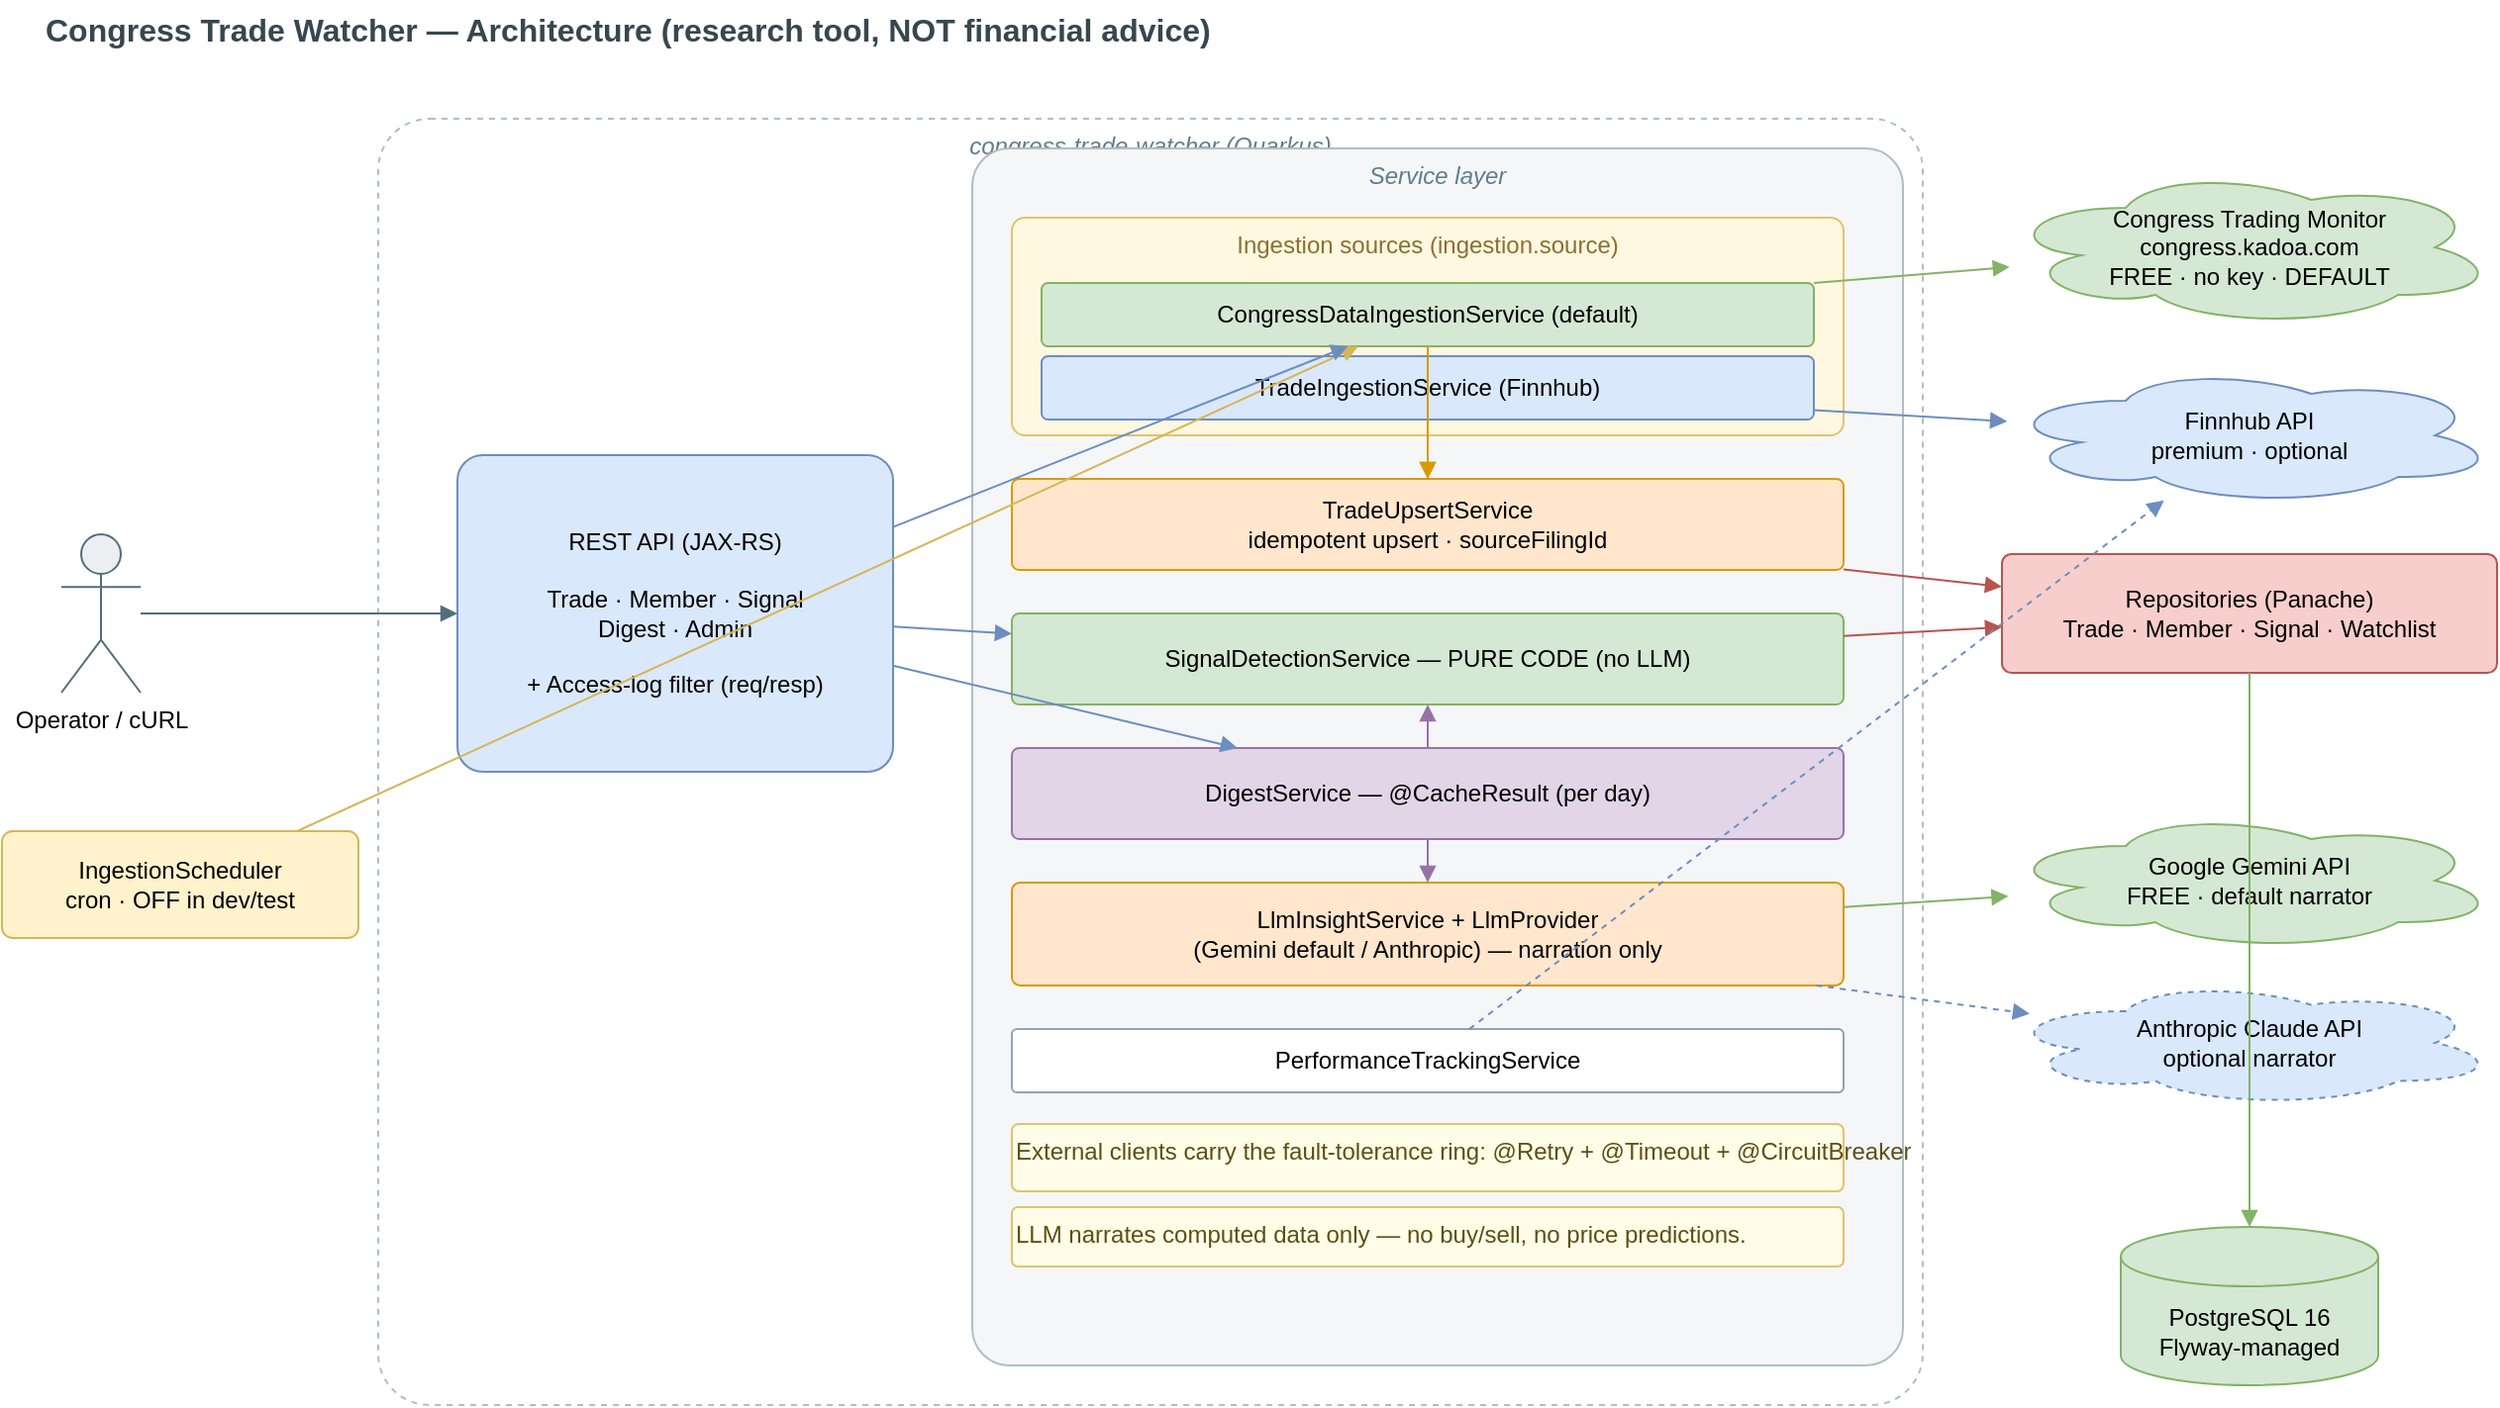
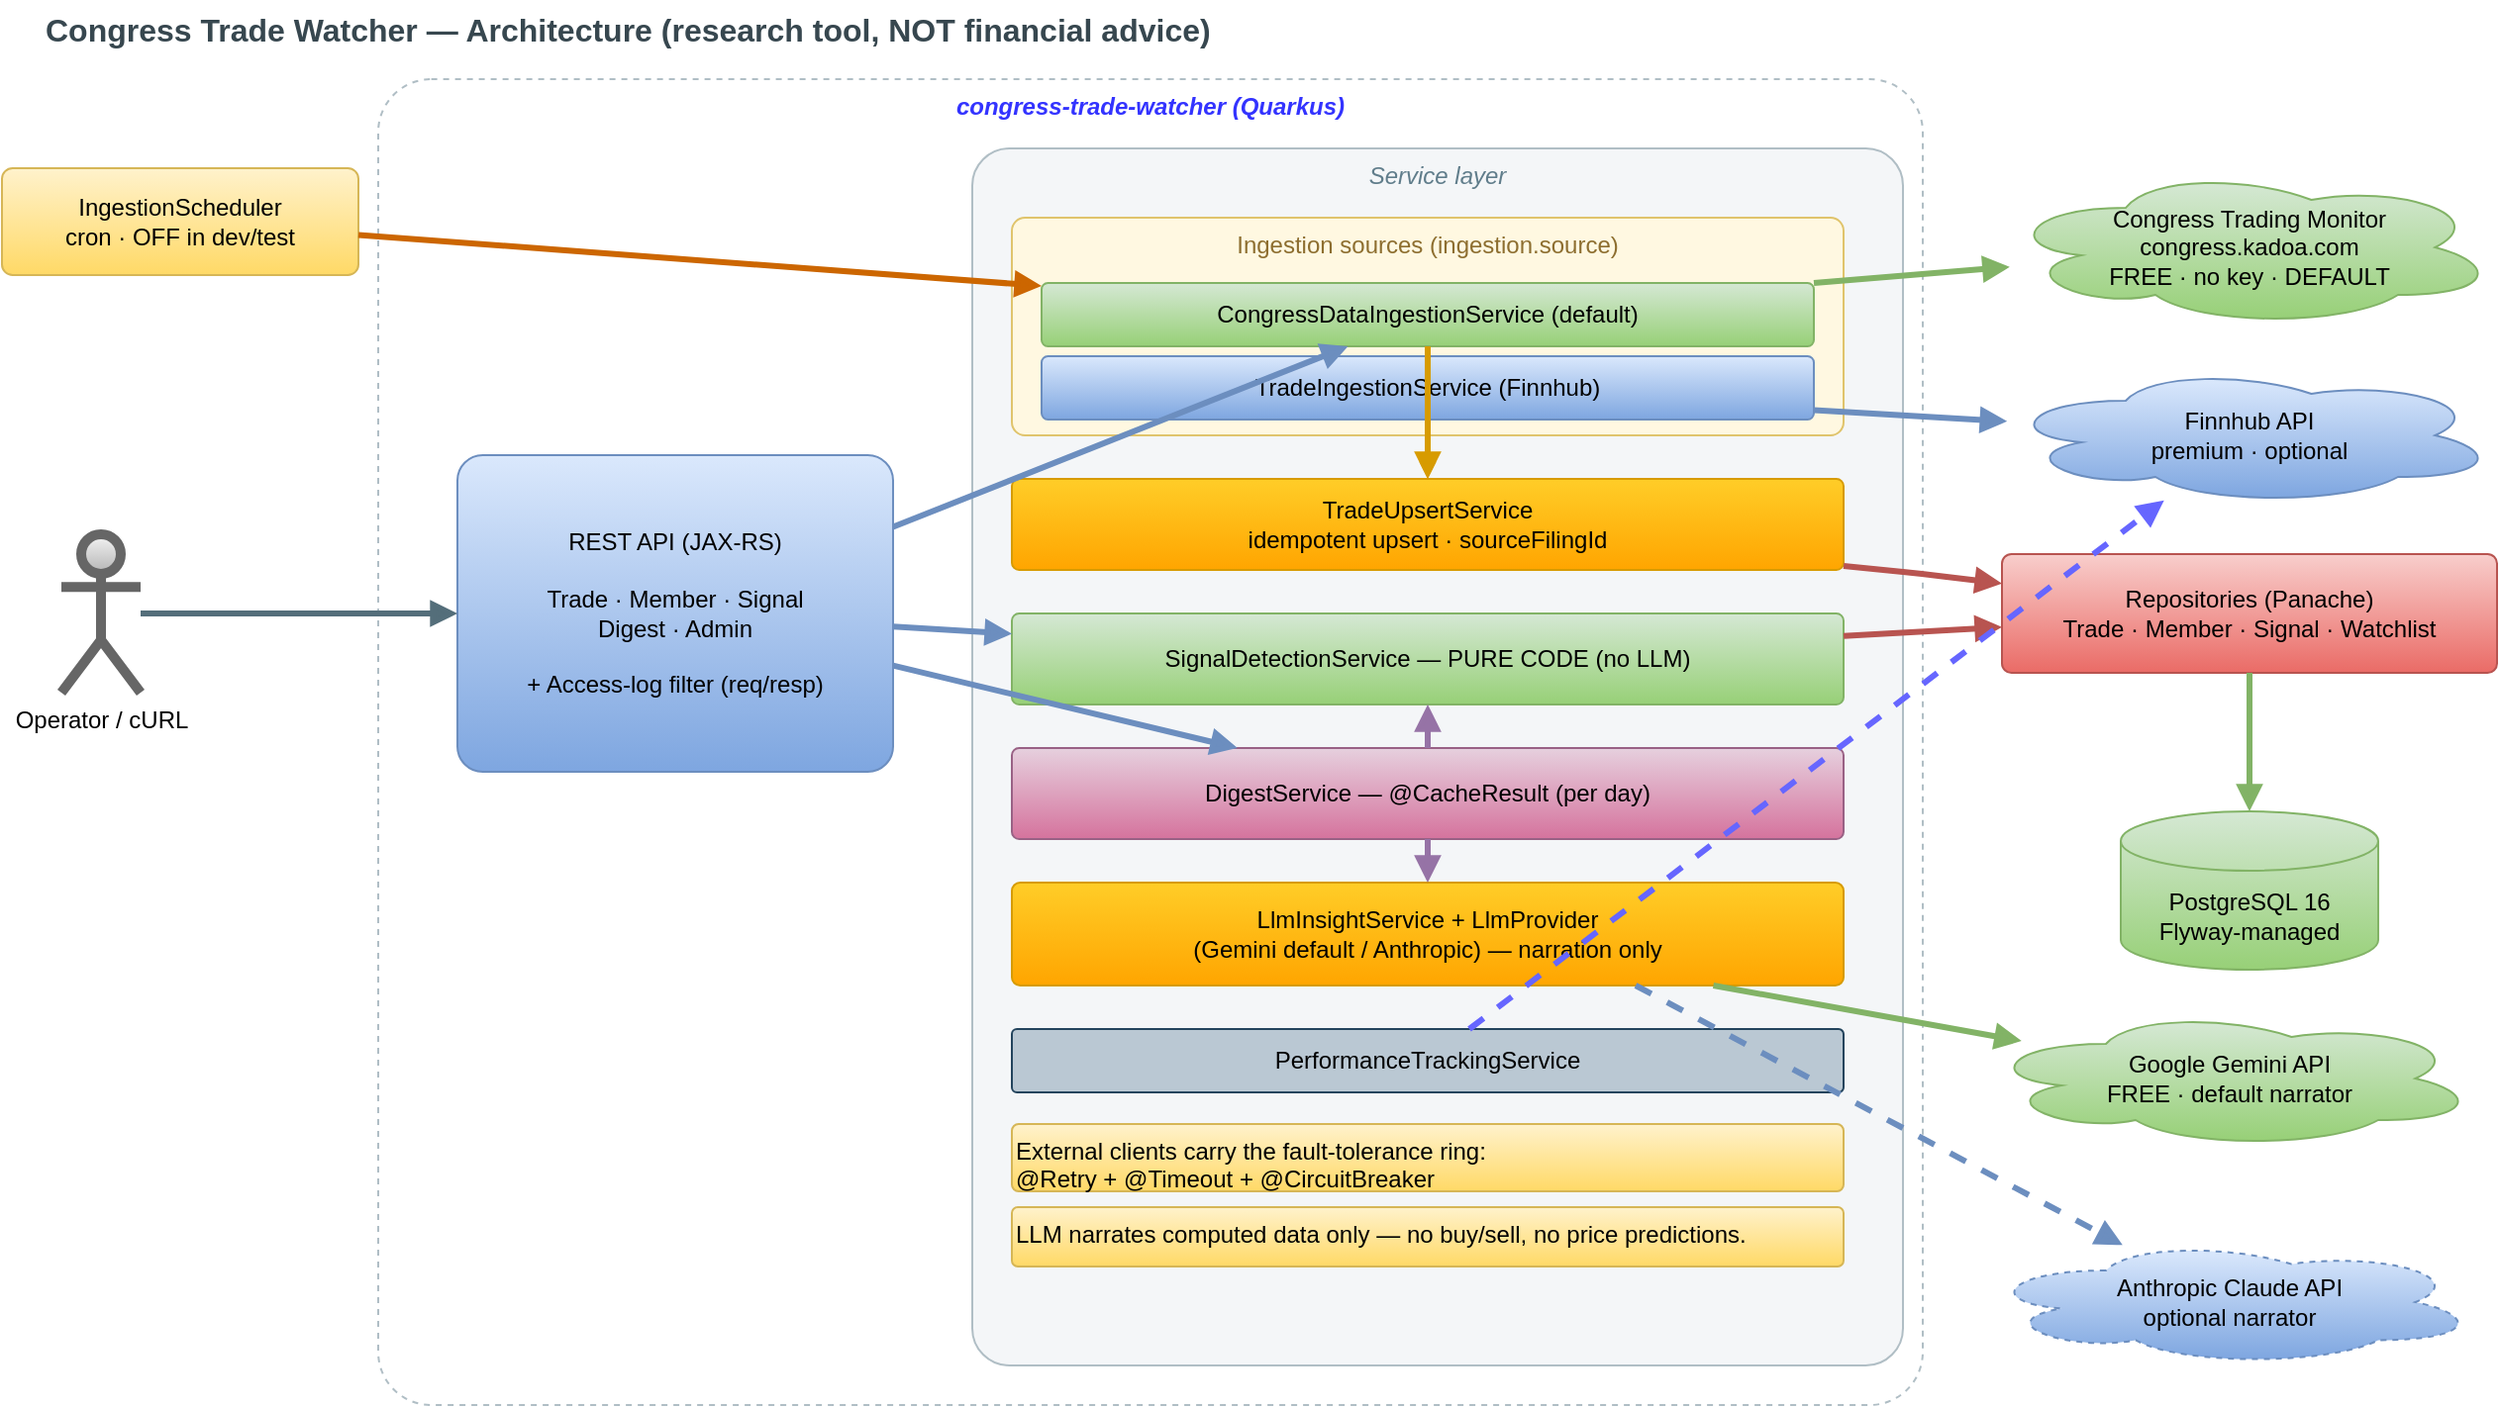
- <mxfile host="app.diagrams.net" type="device">
+ <mxfile host="Electron">
  <diagram id="cgtw-arch" name="Architecture">
-     <mxGraphModel dx="1400" dy="900" grid="1" gridSize="10" guides="1" tooltips="1" connect="1" arrows="1" fold="1" page="1" pageScale="1" pageWidth="1340" pageHeight="760" math="0" shadow="0">
+     <mxGraphModel dx="1379" dy="850" grid="1" gridSize="10" guides="1" tooltips="1" connect="1" arrows="1" fold="1" page="1" pageScale="1" pageWidth="1340" pageHeight="760" math="0" shadow="0">
      <root>
        <mxCell id="0" />
        <mxCell id="1" parent="0" />
- 
-         <mxCell id="title" value="Congress Trade Watcher — Architecture  (research tool, NOT financial advice)" style="text;html=1;fontSize=16;fontStyle=1;align=left;verticalAlign=middle;fontColor=#37474F;" vertex="1" parent="1">
-           <mxGeometry x="40" y="20" width="1000" height="30" as="geometry" />
+         <mxCell id="title" parent="1" style="text;html=1;fontSize=16;fontStyle=1;align=left;verticalAlign=middle;fontColor=#37474F;" value="Congress Trade Watcher — Architecture  (research tool, NOT financial advice)" vertex="1">
+           <mxGeometry height="30" width="1000" x="40" y="20" as="geometry" />
        </mxCell>
- 
-         <!-- ===== background containers (drawn first = behind) ===== -->
-         <mxCell id="appbox" value="congress-trade-watcher (Quarkus)" style="rounded=1;whiteSpace=wrap;html=1;verticalAlign=top;fillColor=none;strokeColor=#B0BEC5;dashed=1;fontColor=#607D8B;fontStyle=2;arcSize=4;" vertex="1" parent="1">
-           <mxGeometry x="210" y="80" width="780" height="650" as="geometry" />
+         <mxCell id="appbox" parent="1" style="rounded=1;whiteSpace=wrap;html=1;verticalAlign=top;fillColor=none;strokeColor=#B0BEC5;dashed=1;fontColor=#607D8B;fontStyle=2;arcSize=4;" value="&lt;b&gt;&lt;font style=&quot;color: rgb(51, 51, 255);&quot;&gt;congress-trade-watcher (Quarkus)&lt;/font&gt;&lt;/b&gt;" vertex="1">
+           <mxGeometry height="670" width="780" x="210" y="60" as="geometry" />
        </mxCell>
-         <mxCell id="svcbox" value="Service layer" style="rounded=1;whiteSpace=wrap;html=1;verticalAlign=top;fillColor=#F4F6F8;strokeColor=#B0BEC5;fontColor=#607D8B;fontStyle=2;arcSize=4;" vertex="1" parent="1">
-           <mxGeometry x="510" y="95" width="470" height="615" as="geometry" />
+         <mxCell id="svcbox" parent="1" style="rounded=1;whiteSpace=wrap;html=1;verticalAlign=top;fillColor=#F4F6F8;strokeColor=#B0BEC5;fontColor=#607D8B;fontStyle=2;arcSize=4;" value="Service layer" vertex="1">
+           <mxGeometry height="615" width="470" x="510" y="95" as="geometry" />
        </mxCell>
-         <mxCell id="ingbox" value="Ingestion sources  (ingestion.source)" style="rounded=1;whiteSpace=wrap;html=1;verticalAlign=top;fillColor=#FFF8E1;strokeColor=#E0C46C;fontColor=#8D6E2F;arcSize=6;" vertex="1" parent="1">
-           <mxGeometry x="530" y="130" width="420" height="110" as="geometry" />
+         <mxCell id="ingbox" parent="1" style="rounded=1;whiteSpace=wrap;html=1;verticalAlign=top;fillColor=#FFF8E1;strokeColor=#E0C46C;fontColor=#8D6E2F;arcSize=6;" value="Ingestion sources  (ingestion.source)" vertex="1">
+           <mxGeometry height="110" width="420" x="530" y="130" as="geometry" />
        </mxCell>
- 
-         <!-- ===== entry ===== -->
-         <mxCell id="user" value="Operator / cURL" style="shape=umlActor;html=1;verticalLabelPosition=bottom;verticalAlign=top;strokeColor=#546E7A;fillColor=#ECEFF1;" vertex="1" parent="1">
-           <mxGeometry x="50" y="290" width="40" height="80" as="geometry" />
+         <mxCell id="user" parent="1" style="shape=umlActor;html=1;verticalLabelPosition=bottom;verticalAlign=top;strokeColor=#666666;fillColor=#f5f5f5;gradientColor=#b3b3b3;strokeWidth=5;" value="Operator / cURL" vertex="1">
+           <mxGeometry height="80" width="40" x="50" y="290" as="geometry" />
        </mxCell>
-         <mxCell id="scheduler" value="IngestionScheduler&#10;cron · OFF in dev/test" style="rounded=1;whiteSpace=wrap;html=1;fillColor=#FFF2CC;strokeColor=#D6B656;arcSize=10;" vertex="1" parent="1">
-           <mxGeometry x="20" y="440" width="180" height="54" as="geometry" />
+         <mxCell id="scheduler" parent="1" style="rounded=1;whiteSpace=wrap;html=1;fillColor=#fff2cc;strokeColor=#d6b656;arcSize=10;gradientColor=#ffd966;" value="IngestionScheduler&#xa;cron · OFF in dev/test" vertex="1">
+           <mxGeometry height="54" width="180" x="20" y="105" as="geometry" />
        </mxCell>
- 
-         <!-- ===== API ===== -->
-         <mxCell id="api" value="REST API (JAX-RS)&#10;&#10;Trade · Member · Signal&#10;Digest · Admin&#10;&#10;+ Access-log filter (req/resp)" style="rounded=1;whiteSpace=wrap;html=1;fillColor=#DAE8FC;strokeColor=#6C8EBF;arcSize=8;" vertex="1" parent="1">
-           <mxGeometry x="250" y="250" width="220" height="160" as="geometry" />
+         <mxCell id="api" parent="1" style="rounded=1;whiteSpace=wrap;html=1;fillColor=#dae8fc;strokeColor=#6c8ebf;arcSize=8;gradientColor=#7ea6e0;" value="REST API (JAX-RS)&#xa;&#xa;Trade · Member · Signal&#xa;Digest · Admin&#xa;&#xa;+ Access-log filter (req/resp)" vertex="1">
+           <mxGeometry height="160" width="220" x="250" y="250" as="geometry" />
        </mxCell>
- 
-         <!-- ===== services ===== -->
-         <mxCell id="cong" value="CongressDataIngestionService  (default)" style="rounded=1;whiteSpace=wrap;html=1;fillColor=#D5E8D4;strokeColor=#82B366;arcSize=10;" vertex="1" parent="1">
-           <mxGeometry x="545" y="163" width="390" height="32" as="geometry" />
+         <mxCell id="cong" parent="1" style="rounded=1;whiteSpace=wrap;html=1;fillColor=#d5e8d4;strokeColor=#82b366;arcSize=10;gradientColor=#97d077;" value="CongressDataIngestionService  (default)" vertex="1">
+           <mxGeometry height="32" width="390" x="545" y="163" as="geometry" />
        </mxCell>
-         <mxCell id="finn" value="TradeIngestionService  (Finnhub)" style="rounded=1;whiteSpace=wrap;html=1;fillColor=#DAE8FC;strokeColor=#6C8EBF;arcSize=10;" vertex="1" parent="1">
-           <mxGeometry x="545" y="200" width="390" height="32" as="geometry" />
+         <mxCell id="finn" parent="1" style="rounded=1;whiteSpace=wrap;html=1;fillColor=#dae8fc;strokeColor=#6c8ebf;arcSize=10;gradientColor=#7ea6e0;" value="TradeIngestionService  (Finnhub)" vertex="1">
+           <mxGeometry height="32" width="390" x="545" y="200" as="geometry" />
        </mxCell>
-         <mxCell id="upsert" value="TradeUpsertService&#10;idempotent upsert · sourceFilingId" style="rounded=1;whiteSpace=wrap;html=1;fillColor=#FFE6CC;strokeColor=#D79B00;arcSize=8;" vertex="1" parent="1">
-           <mxGeometry x="530" y="262" width="420" height="46" as="geometry" />
+         <mxCell id="upsert" parent="1" style="rounded=1;whiteSpace=wrap;html=1;fillColor=#ffcd28;strokeColor=#d79b00;arcSize=8;gradientColor=#ffa500;" value="TradeUpsertService&#xa;idempotent upsert · sourceFilingId" vertex="1">
+           <mxGeometry height="46" width="420" x="530" y="262" as="geometry" />
        </mxCell>
-         <mxCell id="detect" value="SignalDetectionService — PURE CODE (no LLM)" style="rounded=1;whiteSpace=wrap;html=1;fillColor=#D5E8D4;strokeColor=#82B366;arcSize=8;" vertex="1" parent="1">
-           <mxGeometry x="530" y="330" width="420" height="46" as="geometry" />
+         <mxCell id="detect" parent="1" style="rounded=1;whiteSpace=wrap;html=1;fillColor=#d5e8d4;strokeColor=#82b366;arcSize=8;gradientColor=#97d077;" value="SignalDetectionService — PURE CODE (no LLM)" vertex="1">
+           <mxGeometry height="46" width="420" x="530" y="330" as="geometry" />
        </mxCell>
-         <mxCell id="digest" value="DigestService — @CacheResult (per day)" style="rounded=1;whiteSpace=wrap;html=1;fillColor=#E1D5E7;strokeColor=#9673A6;arcSize=8;" vertex="1" parent="1">
-           <mxGeometry x="530" y="398" width="420" height="46" as="geometry" />
+         <mxCell id="digest" parent="1" style="rounded=1;whiteSpace=wrap;html=1;fillColor=#e6d0de;strokeColor=#996185;arcSize=8;gradientColor=#d5739d;" value="DigestService — @CacheResult (per day)" vertex="1">
+           <mxGeometry height="46" width="420" x="530" y="398" as="geometry" />
        </mxCell>
-         <mxCell id="llm" value="LlmInsightService + LlmProvider&#10;(Gemini default / Anthropic) — narration only" style="rounded=1;whiteSpace=wrap;html=1;fillColor=#FFE6CC;strokeColor=#D79B00;arcSize=8;" vertex="1" parent="1">
-           <mxGeometry x="530" y="466" width="420" height="52" as="geometry" />
+         <mxCell id="llm" parent="1" style="rounded=1;whiteSpace=wrap;html=1;fillColor=#ffcd28;strokeColor=#d79b00;arcSize=8;gradientColor=#ffa500;" value="LlmInsightService + LlmProvider&#xa;(Gemini default / Anthropic) — narration only" vertex="1">
+           <mxGeometry height="52" width="420" x="530" y="466" as="geometry" />
        </mxCell>
-         <mxCell id="perf" value="PerformanceTrackingService" style="rounded=1;whiteSpace=wrap;html=1;fillColor=#FFFFFF;strokeColor=#90A4AE;arcSize=8;" vertex="1" parent="1">
-           <mxGeometry x="530" y="540" width="420" height="32" as="geometry" />
+         <mxCell id="perf" parent="1" style="rounded=1;whiteSpace=wrap;html=1;fillColor=#bac8d3;strokeColor=#23445d;arcSize=8;" value="PerformanceTrackingService" vertex="1">
+           <mxGeometry height="32" width="420" x="530" y="540" as="geometry" />
        </mxCell>
- 
-         <!-- ===== external systems ===== -->
-         <mxCell id="congress" value="Congress Trading Monitor&#10;congress.kadoa.com&#10;FREE · no key · DEFAULT" style="ellipse;shape=cloud;whiteSpace=wrap;html=1;fillColor=#D5E8D4;strokeColor=#82B366;" vertex="1" parent="1">
-           <mxGeometry x="1030" y="105" width="250" height="80" as="geometry" />
+         <mxCell id="congress" parent="1" style="ellipse;shape=cloud;whiteSpace=wrap;html=1;fillColor=#d5e8d4;strokeColor=#82b366;gradientColor=#97d077;" value="Congress Trading Monitor&#xa;congress.kadoa.com&#xa;FREE · no key · DEFAULT" vertex="1">
+           <mxGeometry height="80" width="250" x="1030" y="105" as="geometry" />
        </mxCell>
-         <mxCell id="finnhub" value="Finnhub API&#10;premium · optional" style="ellipse;shape=cloud;whiteSpace=wrap;html=1;fillColor=#DAE8FC;strokeColor=#6C8EBF;" vertex="1" parent="1">
-           <mxGeometry x="1030" y="205" width="250" height="70" as="geometry" />
+         <mxCell id="finnhub" parent="1" style="ellipse;shape=cloud;whiteSpace=wrap;html=1;fillColor=#dae8fc;strokeColor=#6c8ebf;gradientColor=#7ea6e0;" value="Finnhub API&#xa;premium · optional" vertex="1">
+           <mxGeometry height="70" width="250" x="1030" y="205" as="geometry" />
        </mxCell>
-         <mxCell id="gemini" value="Google Gemini API&#10;FREE · default narrator" style="ellipse;shape=cloud;whiteSpace=wrap;html=1;fillColor=#D5E8D4;strokeColor=#82B366;" vertex="1" parent="1">
-           <mxGeometry x="1030" y="430" width="250" height="70" as="geometry" />
+         <mxCell id="gemini" parent="1" style="ellipse;shape=cloud;whiteSpace=wrap;html=1;fillColor=#d5e8d4;strokeColor=#82b366;gradientColor=#97d077;" value="Google Gemini API&#xa;FREE · default narrator" vertex="1">
+           <mxGeometry height="70" width="250" x="1020" y="530" as="geometry" />
        </mxCell>
-         <mxCell id="anthropic" value="Anthropic Claude API&#10;optional narrator" style="ellipse;shape=cloud;whiteSpace=wrap;html=1;fillColor=#DAE8FC;strokeColor=#6C8EBF;dashed=1;" vertex="1" parent="1">
-           <mxGeometry x="1030" y="515" width="250" height="64" as="geometry" />
+         <mxCell id="anthropic" parent="1" style="ellipse;shape=cloud;whiteSpace=wrap;html=1;fillColor=#dae8fc;strokeColor=#6c8ebf;dashed=1;gradientColor=#7ea6e0;" value="Anthropic Claude API&#xa;optional narrator" vertex="1">
+           <mxGeometry height="64" width="250" x="1020" y="646" as="geometry" />
        </mxCell>
- 
-         <!-- ===== data store ===== -->
-         <mxCell id="repos" value="Repositories (Panache)&#10;Trade · Member · Signal · Watchlist" style="rounded=1;whiteSpace=wrap;html=1;fillColor=#F8CECC;strokeColor=#B85450;arcSize=8;" vertex="1" parent="1">
-           <mxGeometry x="1030" y="300" width="250" height="60" as="geometry" />
+         <mxCell id="repos" parent="1" style="rounded=1;whiteSpace=wrap;html=1;fillColor=#f8cecc;strokeColor=#b85450;arcSize=8;gradientColor=#ea6b66;" value="Repositories (Panache)&#xa;Trade · Member · Signal · Watchlist" vertex="1">
+           <mxGeometry height="60" width="250" x="1030" y="300" as="geometry" />
        </mxCell>
-         <mxCell id="pg" value="PostgreSQL 16&#10;Flyway-managed" style="shape=cylinder3;whiteSpace=wrap;html=1;boundedLbl=1;backgroundOutline=1;fillColor=#D5E8D4;strokeColor=#82B366;" vertex="1" parent="1">
-           <mxGeometry x="1090" y="640" width="130" height="80" as="geometry" />
+         <mxCell id="pg" parent="1" style="shape=cylinder3;whiteSpace=wrap;html=1;boundedLbl=1;backgroundOutline=1;fillColor=#d5e8d4;strokeColor=#82b366;gradientColor=#97d077;" value="PostgreSQL 16&#xa;Flyway-managed" vertex="1">
+           <mxGeometry height="80" width="130" x="1090" y="430" as="geometry" />
        </mxCell>
- 
-         <!-- ===== notes ===== -->
-         <mxCell id="ftnote" value="External clients carry the fault-tolerance ring: @Retry + @Timeout + @CircuitBreaker" style="text;html=1;align=left;fillColor=#FFFDE7;strokeColor=#E0C46C;rounded=1;fontColor=#5D4E15;arcSize=10;" vertex="1" parent="1">
-           <mxGeometry x="530" y="588" width="420" height="34" as="geometry" />
+         <mxCell id="ftnote" parent="1" style="text;html=1;align=left;fillColor=#fff2cc;strokeColor=#d6b656;rounded=1;arcSize=10;gradientColor=#ffd966;" value="External clients carry the fault-tolerance ring:&amp;nbsp;&lt;div&gt;@Retry + @Timeout + @CircuitBreaker&lt;/div&gt;" vertex="1">
+           <mxGeometry height="34" width="420" x="530" y="588" as="geometry" />
        </mxCell>
-         <mxCell id="llmnote" value="LLM narrates computed data only — no buy/sell, no price predictions." style="text;html=1;align=left;fillColor=#FFFDE7;strokeColor=#E0C46C;rounded=1;fontColor=#5D4E15;arcSize=10;" vertex="1" parent="1">
-           <mxGeometry x="530" y="630" width="420" height="30" as="geometry" />
+         <mxCell id="llmnote" parent="1" style="text;html=1;align=left;fillColor=#fff2cc;strokeColor=#d6b656;rounded=1;arcSize=10;gradientColor=#ffd966;" value="LLM narrates computed data only — no buy/sell, no price predictions." vertex="1">
+           <mxGeometry height="30" width="420" x="530" y="630" as="geometry" />
        </mxCell>
- 
-         <!-- ===== edges ===== -->
-         <mxCell id="e1" style="endArrow=block;html=1;strokeColor=#546E7A;rounded=1;" edge="1" parent="1" source="user" target="api"><mxGeometry relative="1" as="geometry" /></mxCell>
-         <mxCell id="e2" style="endArrow=block;html=1;strokeColor=#D6B656;rounded=1;" edge="1" parent="1" source="scheduler" target="cong"><mxGeometry relative="1" as="geometry" /></mxCell>
-         <mxCell id="e3" style="endArrow=block;html=1;strokeColor=#6C8EBF;rounded=1;" edge="1" parent="1" source="api" target="cong"><mxGeometry relative="1" as="geometry" /></mxCell>
-         <mxCell id="e4" style="endArrow=block;html=1;strokeColor=#6C8EBF;rounded=1;" edge="1" parent="1" source="api" target="detect"><mxGeometry relative="1" as="geometry" /></mxCell>
-         <mxCell id="e5" style="endArrow=block;html=1;strokeColor=#6C8EBF;rounded=1;" edge="1" parent="1" source="api" target="digest"><mxGeometry relative="1" as="geometry" /></mxCell>
-         <mxCell id="e6" style="endArrow=block;html=1;strokeColor=#82B366;rounded=1;" edge="1" parent="1" source="cong" target="congress"><mxGeometry relative="1" as="geometry" /></mxCell>
-         <mxCell id="e7" style="endArrow=block;html=1;strokeColor=#6C8EBF;rounded=1;" edge="1" parent="1" source="finn" target="finnhub"><mxGeometry relative="1" as="geometry" /></mxCell>
-         <mxCell id="e8" style="endArrow=block;html=1;strokeColor=#D79B00;rounded=1;" edge="1" parent="1" source="cong" target="upsert"><mxGeometry relative="1" as="geometry" /></mxCell>
-         <mxCell id="e9" style="endArrow=block;html=1;strokeColor=#D79B00;rounded=1;" edge="1" parent="1" source="finn" target="upsert"><mxGeometry relative="1" as="geometry" /></mxCell>
-         <mxCell id="e10" style="endArrow=block;html=1;strokeColor=#B85450;rounded=1;" edge="1" parent="1" source="upsert" target="repos"><mxGeometry relative="1" as="geometry" /></mxCell>
-         <mxCell id="e11" style="endArrow=block;html=1;strokeColor=#9673A6;rounded=1;" edge="1" parent="1" source="digest" target="detect"><mxGeometry relative="1" as="geometry" /></mxCell>
-         <mxCell id="e12" style="endArrow=block;html=1;strokeColor=#9673A6;rounded=1;" edge="1" parent="1" source="digest" target="llm"><mxGeometry relative="1" as="geometry" /></mxCell>
-         <mxCell id="e13" style="endArrow=block;html=1;strokeColor=#82B366;rounded=1;" edge="1" parent="1" source="llm" target="gemini"><mxGeometry relative="1" as="geometry" /></mxCell>
-         <mxCell id="e14" style="endArrow=block;html=1;strokeColor=#6C8EBF;rounded=1;dashed=1;" edge="1" parent="1" source="llm" target="anthropic"><mxGeometry relative="1" as="geometry" /></mxCell>
-         <mxCell id="e15" style="endArrow=block;html=1;strokeColor=#B85450;rounded=1;" edge="1" parent="1" source="detect" target="repos"><mxGeometry relative="1" as="geometry" /></mxCell>
-         <mxCell id="e16" style="endArrow=block;html=1;strokeColor=#82B366;rounded=1;" edge="1" parent="1" source="repos" target="pg"><mxGeometry relative="1" as="geometry" /></mxCell>
-         <mxCell id="e17" style="endArrow=block;html=1;strokeColor=#6C8EBF;rounded=1;dashed=1;" edge="1" parent="1" source="perf" target="finnhub"><mxGeometry relative="1" as="geometry" /></mxCell>
+         <mxCell id="e1" edge="1" parent="1" source="user" style="endArrow=block;html=1;strokeColor=#546E7A;rounded=1;strokeWidth=3;" target="api">
+           <mxGeometry relative="1" as="geometry" />
+         </mxCell>
+         <mxCell id="e2" edge="1" parent="1" source="scheduler" style="endArrow=block;html=1;strokeColor=#CC6600;rounded=1;strokeWidth=3;" target="cong">
+           <mxGeometry relative="1" as="geometry" />
+         </mxCell>
+         <mxCell id="e3" edge="1" parent="1" source="api" style="endArrow=block;html=1;strokeColor=#6C8EBF;rounded=1;strokeWidth=3;" target="cong">
+           <mxGeometry relative="1" as="geometry" />
+         </mxCell>
+         <mxCell id="e4" edge="1" parent="1" source="api" style="endArrow=block;html=1;strokeColor=#6C8EBF;rounded=1;strokeWidth=3;" target="detect">
+           <mxGeometry relative="1" as="geometry" />
+         </mxCell>
+         <mxCell id="e5" edge="1" parent="1" source="api" style="endArrow=block;html=1;strokeColor=#6C8EBF;rounded=1;strokeWidth=3;" target="digest">
+           <mxGeometry relative="1" as="geometry" />
+         </mxCell>
+         <mxCell id="e6" edge="1" parent="1" source="cong" style="endArrow=block;html=1;strokeColor=#82B366;rounded=1;strokeWidth=3;" target="congress">
+           <mxGeometry relative="1" as="geometry" />
+         </mxCell>
+         <mxCell id="e7" edge="1" parent="1" source="finn" style="endArrow=block;html=1;strokeColor=#6C8EBF;rounded=1;strokeWidth=3;" target="finnhub">
+           <mxGeometry relative="1" as="geometry" />
+         </mxCell>
+         <mxCell id="e8" edge="1" parent="1" source="cong" style="endArrow=block;html=1;strokeColor=#D79B00;rounded=1;strokeWidth=3;" target="upsert">
+           <mxGeometry relative="1" as="geometry" />
+         </mxCell>
+         <mxCell id="e9" edge="1" parent="1" source="finn" style="endArrow=block;html=1;strokeColor=#D79B00;rounded=1;" target="upsert">
+           <mxGeometry relative="1" as="geometry" />
+         </mxCell>
+         <mxCell id="e10" edge="1" parent="1" source="upsert" style="endArrow=block;html=1;strokeColor=#B85450;rounded=1;strokeWidth=3;" target="repos">
+           <mxGeometry relative="1" as="geometry">
+             <Array as="points">
+               <mxPoint x="990" y="310" />
+             </Array>
+           </mxGeometry>
+         </mxCell>
+         <mxCell id="e11" edge="1" parent="1" source="digest" style="endArrow=block;html=1;strokeColor=#9673A6;rounded=1;strokeWidth=3;" target="detect">
+           <mxGeometry relative="1" as="geometry" />
+         </mxCell>
+         <mxCell id="e12" edge="1" parent="1" source="digest" style="endArrow=block;html=1;strokeColor=#9673A6;rounded=1;strokeWidth=3;" target="llm">
+           <mxGeometry relative="1" as="geometry" />
+         </mxCell>
+         <mxCell id="e13" edge="1" parent="1" source="llm" style="endArrow=block;html=1;strokeColor=#82B366;rounded=1;strokeWidth=3;" target="gemini">
+           <mxGeometry relative="1" as="geometry" />
+         </mxCell>
+         <mxCell id="e14" edge="1" parent="1" source="llm" style="endArrow=block;html=1;strokeColor=#6C8EBF;rounded=1;dashed=1;strokeWidth=3;exitX=0.75;exitY=1;exitDx=0;exitDy=0;" target="anthropic">
+           <mxGeometry relative="1" as="geometry" />
+         </mxCell>
+         <mxCell id="e15" edge="1" parent="1" source="detect" style="endArrow=block;html=1;strokeColor=#B85450;rounded=1;strokeWidth=3;" target="repos">
+           <mxGeometry relative="1" as="geometry" />
+         </mxCell>
+         <mxCell id="e16" edge="1" parent="1" source="repos" style="endArrow=block;html=1;strokeColor=#82B366;rounded=1;strokeWidth=3;" target="pg">
+           <mxGeometry relative="1" as="geometry" />
+         </mxCell>
+         <mxCell id="e17" edge="1" parent="1" source="perf" style="endArrow=block;html=1;strokeColor=#6666FF;rounded=1;dashed=1;strokeWidth=3;" target="finnhub">
+           <mxGeometry relative="1" as="geometry" />
+         </mxCell>
      </root>
    </mxGraphModel>
  </diagram>
</mxfile>
